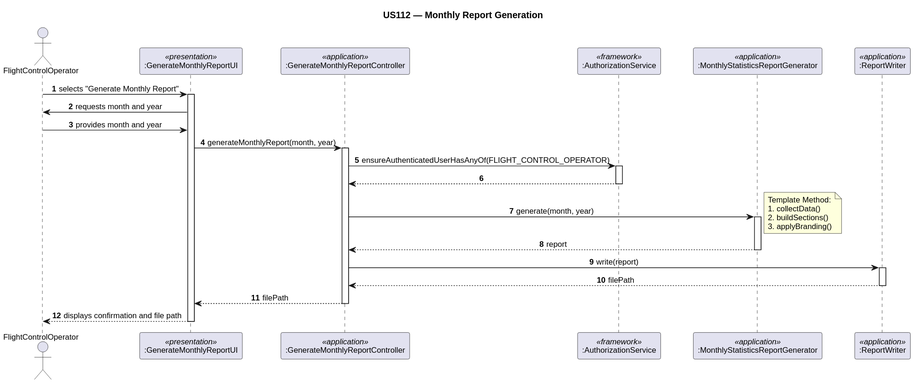
Earlier version of the PlantUML export docs/Sprint3/EAPLI/us_112/sd_us112_monthly_report_generation.svg (1240826/aisafe-flight-control). Its diagram source:
```plantuml
@startuml
title US112 — Monthly Report Generation

skinparam sequenceMessageAlign center
skinparam defaultFontName Arial
skinparam defaultFontSize 12
skinparam ParticipantPadding 20

autonumber

actor "FlightControlOperator" as actor
participant ":GenerateMonthlyReportUI"        as ui        <<presentation>>
participant ":GenerateMonthlyReportController" as ctrl     <<application>>
participant ":AuthorizationService"           as authz     <<framework>>
participant ":MonthlyStatisticsReportGenerator" as generator <<application>>
participant ":ReportWriter"                   as writer    <<application>>

actor -> ui : selects "Generate Monthly Report"
activate ui

ui -> actor : requests month and year
actor -> ui : provides month and year

ui -> ctrl : generateMonthlyReport(month, year)
activate ctrl

ctrl -> authz : ensureAuthenticatedUserHasAnyOf(FLIGHT_CONTROL_OPERATOR)
activate authz
authz --> ctrl
deactivate authz

ctrl -> generator : generate(month, year)
activate generator
note right : Template Method:\n1. collectData()\n2. buildSections()\n3. applyBranding()
generator --> ctrl : report
deactivate generator

ctrl -> writer : write(report)
activate writer
writer --> ctrl : filePath
deactivate writer

ctrl --> ui : filePath
deactivate ctrl

ui --> actor : displays confirmation and file path
deactivate ui
@enduml
```
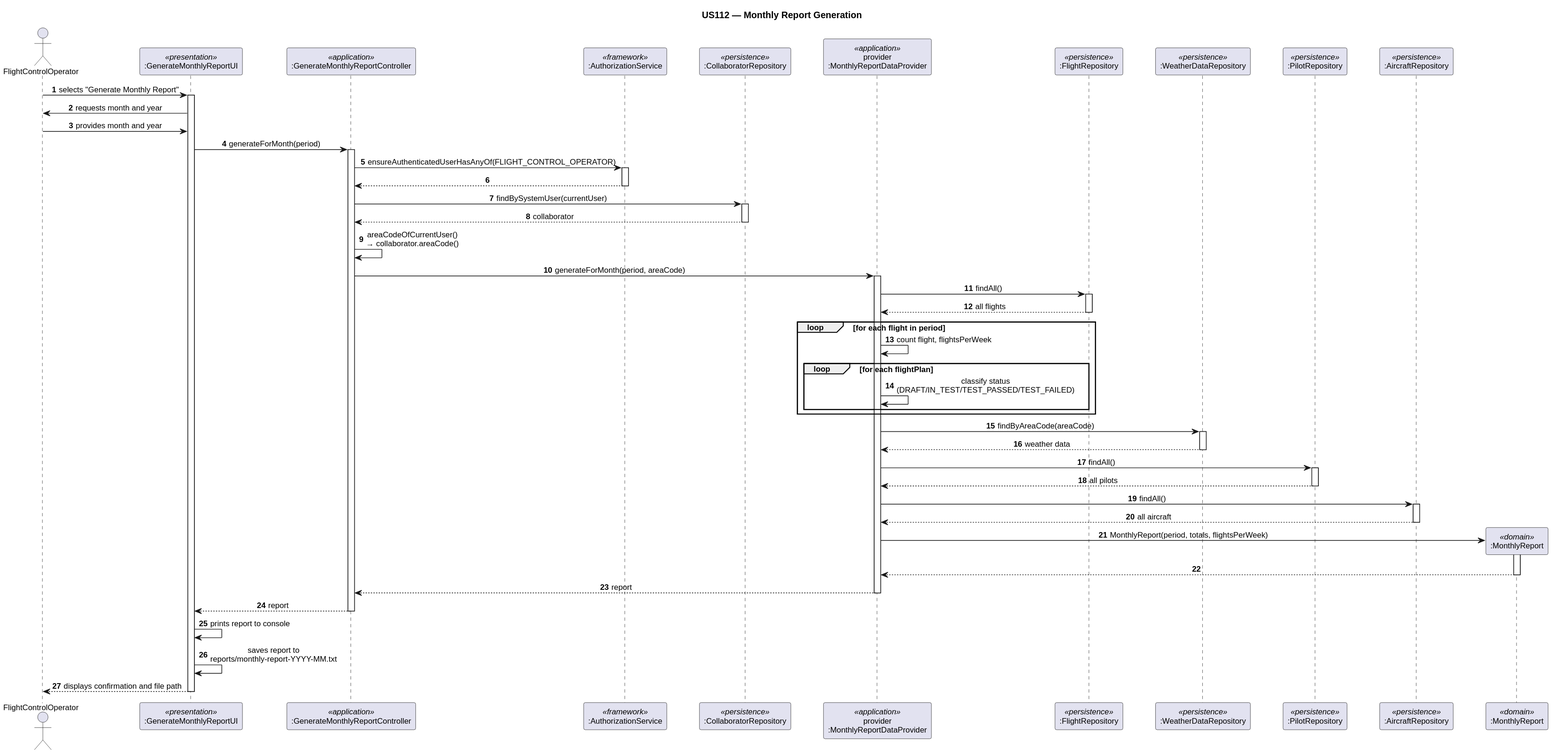
The same diagram one commit later.

The edit, as a diff of the source:
```diff
@@ -12,8 +12,13 @@
 participant ":GenerateMonthlyReportUI"        as ui        <<presentation>>
 participant ":GenerateMonthlyReportController" as ctrl     <<application>>
 participant ":AuthorizationService"           as authz     <<framework>>
-participant ":MonthlyStatisticsReportGenerator" as generator <<application>>
-participant ":ReportWriter"                   as writer    <<application>>
+participant ":CollaboratorRepository"         as collabRepo <<persistence>>
+participant "provider\n:MonthlyReportDataProvider" as provider <<application>>
+participant ":FlightRepository"               as flightRepo <<persistence>>
+participant ":WeatherDataRepository"          as wdRepo    <<persistence>>
+participant ":PilotRepository"                as pilotRepo <<persistence>>
+participant ":AircraftRepository"             as acRepo    <<persistence>>
+participant ":MonthlyReport"                  as report    <<domain>>
 
 actor -> ui : selects "Generate Monthly Report"
 activate ui
@@ -21,7 +26,7 @@
 ui -> actor : requests month and year
 actor -> ui : provides month and year
 
-ui -> ctrl : generateMonthlyReport(month, year)
+ui -> ctrl : generateForMonth(period)
 activate ctrl
 
 ctrl -> authz : ensureAuthenticatedUserHasAnyOf(FLIGHT_CONTROL_OPERATOR)
@@ -29,19 +34,58 @@
 authz --> ctrl
 deactivate authz
 
-ctrl -> generator : generate(month, year)
-activate generator
-note right : Template Method:\n1. collectData()\n2. buildSections()\n3. applyBranding()
-generator --> ctrl : report
-deactivate generator
+ctrl -> collabRepo : findBySystemUser(currentUser)
+activate collabRepo
+collabRepo --> ctrl : collaborator
+deactivate collabRepo
 
-ctrl -> writer : write(report)
-activate writer
-writer --> ctrl : filePath
-deactivate writer
+ctrl -> ctrl : areaCodeOfCurrentUser()\n→ collaborator.areaCode()
 
-ctrl --> ui : filePath
+ctrl -> provider : generateForMonth(period, areaCode)
+activate provider
+
+provider -> flightRepo : findAll()
+activate flightRepo
+flightRepo --> provider : all flights
+deactivate flightRepo
+
+loop for each flight in period
+    provider -> provider : count flight, flightsPerWeek
+    loop for each flightPlan
+        provider -> provider : classify status\n(DRAFT/IN_TEST/TEST_PASSED/TEST_FAILED)
+    end
+end
+
+provider -> wdRepo : findByAreaCode(areaCode)
+activate wdRepo
+wdRepo --> provider : weather data
+deactivate wdRepo
+
+provider -> pilotRepo : findAll()
+activate pilotRepo
+pilotRepo --> provider : all pilots
+deactivate pilotRepo
+
+provider -> acRepo : findAll()
+activate acRepo
+acRepo --> provider : all aircraft
+deactivate acRepo
+
+create report
+provider -> report : MonthlyReport(period, totals, flightsPerWeek)
+activate report
+report --> provider
+deactivate report
+
+provider --> ctrl : report
+deactivate provider
+
+ctrl --> ui : report
 deactivate ctrl
+
+ui -> ui : prints report to console
+
+ui -> ui : saves report to\nreports/monthly-report-YYYY-MM.txt
 
 ui --> actor : displays confirmation and file path
 deactivate ui
```
